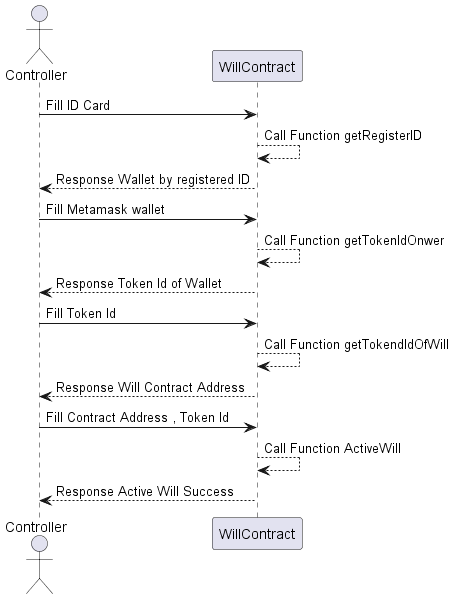
The PlantUML diagram images/activeWillseq.png in nitirod1/LatexWillChain, before a commit. Source of this version:
```plantuml
@startuml
actor Controller

Controller -> WillContract : Fill ID Card
WillContract --> WillContract : Call Function getRegisterID
WillContract --> Controller : Response Wallet by registered ID
Controller -> WillContract : Fill Metamask wallet
WillContract --> WillContract : Call Function getTokenIdOnwer
WillContract --> Controller : Response Token Id of Wallet
Controller -> WillContract : Fill Token Id
WillContract -->WillContract : Call Function getTokendIdOfWill
WillContract --> Controller : Response Will Contract Address
Controller -> WillContract : Fill Contract Address , Token Id
WillContract --> WillContract : Call Function ActiveWill
WillContract--> Controller: Response Active Will Success

@enduml
```
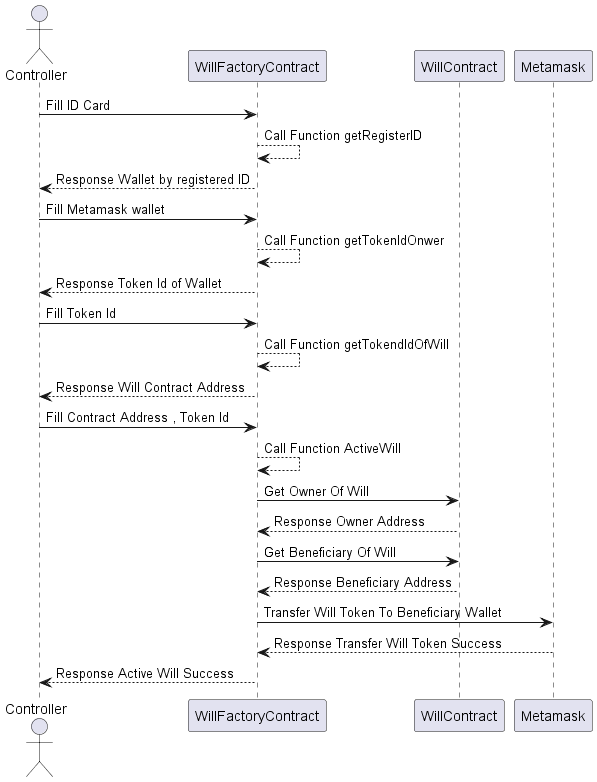
The same diagram one commit later.

Change to the diagram source:
```diff
@@ -1,17 +1,23 @@
 @startuml
 actor Controller
 
-Controller -> WillContract : Fill ID Card
-WillContract --> WillContract : Call Function getRegisterID
-WillContract --> Controller : Response Wallet by registered ID
-Controller -> WillContract : Fill Metamask wallet
-WillContract --> WillContract : Call Function getTokenIdOnwer
-WillContract --> Controller : Response Token Id of Wallet
-Controller -> WillContract : Fill Token Id
-WillContract -->WillContract : Call Function getTokendIdOfWill
-WillContract --> Controller : Response Will Contract Address
-Controller -> WillContract : Fill Contract Address , Token Id
-WillContract --> WillContract : Call Function ActiveWill
-WillContract--> Controller: Response Active Will Success
+Controller -> WillFactoryContract : Fill ID Card
+WillFactoryContract --> WillFactoryContract : Call Function getRegisterID
+WillFactoryContract --> Controller : Response Wallet by registered ID
+Controller -> WillFactoryContract : Fill Metamask wallet
+WillFactoryContract --> WillFactoryContract : Call Function getTokenIdOnwer
+WillFactoryContract --> Controller : Response Token Id of Wallet
+Controller -> WillFactoryContract : Fill Token Id
+WillFactoryContract -->WillFactoryContract : Call Function getTokendIdOfWill
+WillFactoryContract --> Controller : Response Will Contract Address
+Controller -> WillFactoryContract : Fill Contract Address , Token Id
+WillFactoryContract --> WillFactoryContract : Call Function ActiveWill
+WillFactoryContract -> WillContract : Get Owner Of Will
+WillContract --> WillFactoryContract : Response Owner Address
+WillFactoryContract -> WillContract : Get Beneficiary Of Will
+WillContract --> WillFactoryContract : Response Beneficiary Address
+WillFactoryContract -> Metamask : Transfer Will Token To Beneficiary Wallet
+Metamask --> WillFactoryContract : Response Transfer Will Token Success
+WillFactoryContract--> Controller: Response Active Will Success
 
 @enduml
```
